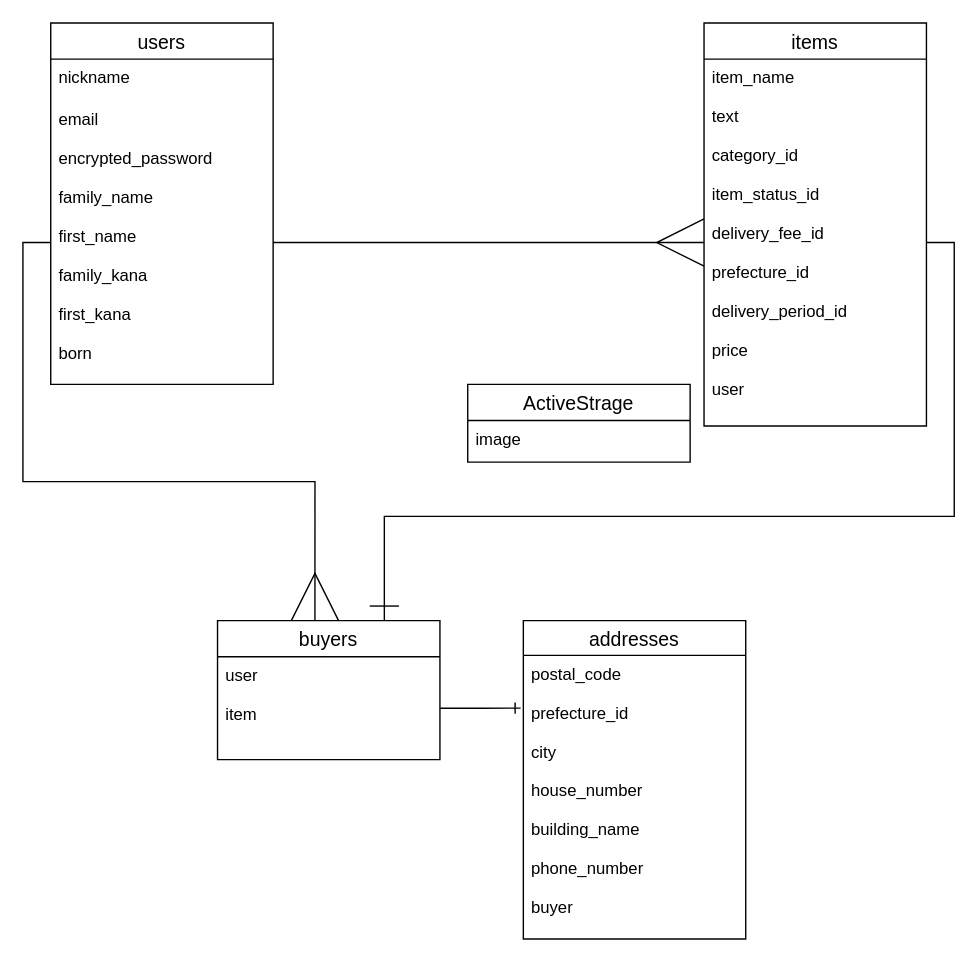
atsushikitamura/furima-35862 keeps this draw.io diagram as er.dio. Above is the earlier version. Source tidied: cells renumbered, new cells numbered last; positions are measured from the earlier drawing's top-left corner, leaving out a move shared by most shapes. Both pictures are drawn from the tidied source at 139%, with x=0, y=0 at pixel (50, 22).
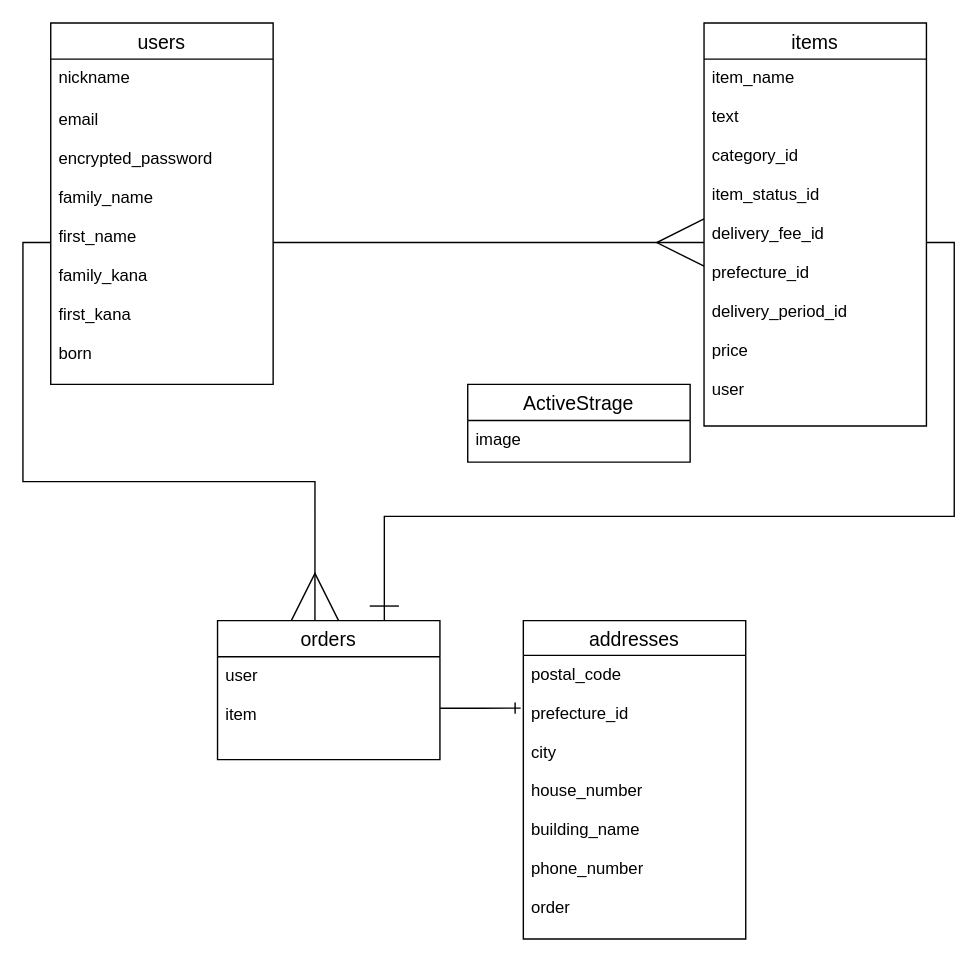
After the change.

Commit message (it also covers changes not shown here):
テーブル名変更

What changed in the source:
```diff
@@
 <mxGraphModel>
   <root>
     <mxCell id="0" />
     <mxCell id="1" parent="0" />
     <mxCell id="2" value="users" style="swimlane;fontStyle=0;horizontal=1;startSize=26;align=center;fontSize=14;" parent="1" vertex="1">
       <mxGeometry width="160" height="260" as="geometry" />
     </mxCell>
     <mxCell id="3" value="nickname" style="text;strokeColor=none;fillColor=none;spacingLeft=4;spacingRight=4;overflow=hidden;fontSize=12;" parent="2" vertex="1">
       <mxGeometry y="26" width="160" height="30" as="geometry" />
     </mxCell>
     <mxCell id="4" value="email&#10;&#10;encrypted_password&#10;&#10;family_name&#10;&#10;first_name&#10;&#10;family_kana&#10;&#10;first_kana&#10;&#10;born" style="text;strokeColor=none;fillColor=none;spacingLeft=4;spacingRight=4;overflow=hidden;points=[[0,0.5],[1,0.5]];portConstraint=eastwest;fontSize=12;" parent="2" vertex="1">
       <mxGeometry y="56" width="160" height="204" as="geometry" />
     </mxCell>
     <mxCell id="5" value="items" style="swimlane;fontStyle=0;horizontal=1;startSize=26;align=center;fontSize=14;" parent="1" vertex="1">
       <mxGeometry x="470" width="160" height="290" as="geometry" />
     </mxCell>
     <mxCell id="6" value="item_name&#10;&#10;text&#10;&#10;category_id&#10;&#10;item_status_id&#10;&#10;delivery_fee_id&#10;&#10;prefecture_id&#10;&#10;delivery_period_id&#10;&#10;price&#10;&#10;user" style="text;strokeColor=none;fillColor=none;spacingLeft=4;spacingRight=4;overflow=hidden;points=[[0,0.5],[1,0.5]];portConstraint=eastwest;fontSize=12;" parent="5" vertex="1">
       <mxGeometry y="26" width="160" height="264" as="geometry" />
     </mxCell>
     <mxCell id="7" value="addresses" style="swimlane;fontStyle=0;horizontal=1;startSize=25;align=center;fontSize=14;" parent="1" vertex="1">
       <mxGeometry x="340" y="430" width="160" height="229" as="geometry" />
     </mxCell>
-    <mxCell id="8" value="postal_code&#10;&#10;prefecture_id&#10;&#10;city&#10;&#10;house_number&#10;&#10;building_name&#10;&#10;phone_number&#10;&#10;buyer" style="text;strokeColor=none;fillColor=none;spacingLeft=4;spacingRight=4;overflow=hidden;points=[[0,0.5],[1,0.5]];portConstraint=eastwest;fontSize=12;" parent="7" vertex="1">
+    <mxCell id="8" value="postal_code&#10;&#10;prefecture_id&#10;&#10;city&#10;&#10;house_number&#10;&#10;building_name&#10;&#10;phone_number&#10;&#10;order" style="text;strokeColor=none;fillColor=none;spacingLeft=4;spacingRight=4;overflow=hidden;points=[[0,0.5],[1,0.5]];portConstraint=eastwest;fontSize=12;" parent="7" vertex="1">
       <mxGeometry y="25" width="160" height="204" as="geometry" />
     </mxCell>
     <mxCell id="9" value="ActiveStrage" style="swimlane;fontStyle=0;horizontal=1;startSize=26;align=center;fontSize=14;" parent="1" vertex="1">
       <mxGeometry x="300" y="260" width="160" height="56" as="geometry" />
     </mxCell>
     <mxCell id="10" value="image" style="text;strokeColor=none;fillColor=none;spacingLeft=4;spacingRight=4;overflow=hidden;fontSize=12;" parent="9" vertex="1">
       <mxGeometry y="26" width="160" height="30" as="geometry" />
     </mxCell>
-    <mxCell id="11" value="buyers" style="swimlane;fontStyle=0;horizontal=1;startSize=26;align=center;fontSize=14;" parent="1" vertex="1">
+    <mxCell id="11" value="orders" style="swimlane;fontStyle=0;horizontal=1;startSize=26;align=center;fontSize=14;" parent="1" vertex="1">
       <mxGeometry x="120" y="430" width="160" height="100" as="geometry" />
     </mxCell>
     <mxCell id="12" value="user&#10;&#10;item&#10;" style="text;strokeColor=none;fillColor=none;spacingLeft=4;spacingRight=4;overflow=hidden;points=[[0,0.5],[1,0.5]];portConstraint=eastwest;fontSize=12;" parent="11" vertex="1">
       <mxGeometry y="26" width="160" height="74" as="geometry" />
     </mxCell>
     <mxCell id="13" style="edgeStyle=orthogonalEdgeStyle;rounded=0;jettySize=auto;html=1;exitX=1;exitY=0.5;exitDx=0;exitDy=0;entryX=-0.012;entryY=0.186;entryDx=0;entryDy=0;entryPerimeter=0;endArrow=ERone;endFill=0;" parent="1" edge="1" source="12" target="8">
       <mxGeometry relative="1" as="geometry" />
     </mxCell>
     <mxCell id="14" style="edgeStyle=orthogonalEdgeStyle;rounded=0;jettySize=auto;html=1;exitX=1;exitY=0.5;exitDx=0;exitDy=0;endArrow=ERmany;endFill=0;entryX=0;entryY=0.5;entryDx=0;entryDy=0;endSize=32;" parent="1" edge="1" source="4" target="6">
       <mxGeometry relative="1" as="geometry" />
     </mxCell>
     <mxCell id="15" style="edgeStyle=orthogonalEdgeStyle;rounded=0;jettySize=auto;html=1;exitX=0;exitY=0.5;exitDx=0;exitDy=0;entryX=0.438;entryY=0;entryDx=0;entryDy=0;entryPerimeter=0;endArrow=ERmany;endFill=0;endSize=32;" parent="1" edge="1" source="4" target="11">
       <mxGeometry relative="1" as="geometry" />
     </mxCell>
     <mxCell id="16" style="edgeStyle=orthogonalEdgeStyle;rounded=0;jettySize=auto;html=1;exitX=1;exitY=0.5;exitDx=0;exitDy=0;endArrow=ERone;endFill=0;endSize=19;entryX=0.75;entryY=0;entryDx=0;entryDy=0;" parent="1" edge="1" source="6" target="11">
       <mxGeometry relative="1" as="geometry" />
     </mxCell>
   </root>
 </mxGraphModel>
```
